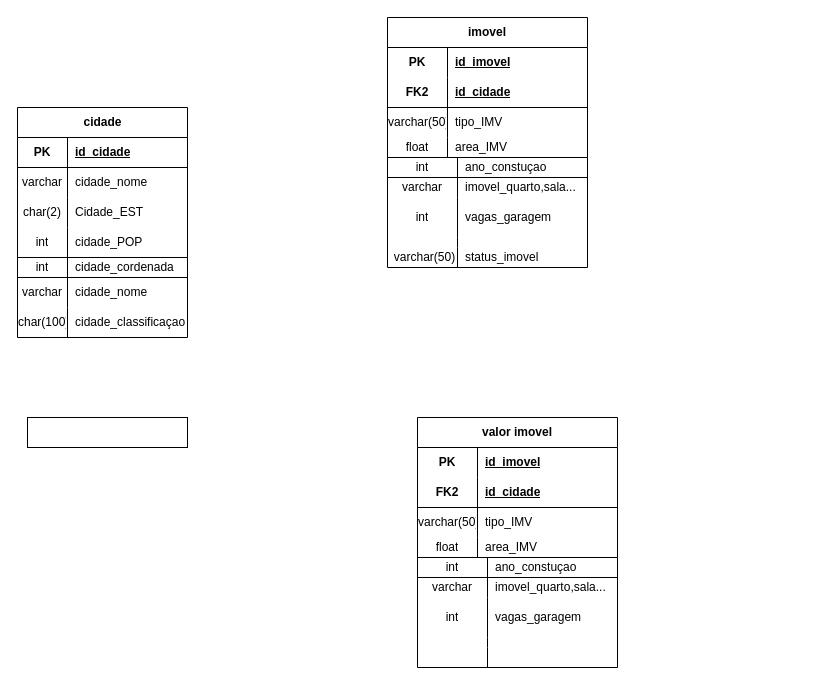
This is GroupBy.drawio from Guilherme22B/Group_by, a draw.io file, before an edit. Source tidied: cells renumbered, new cells numbered last; positions are measured from the earlier drawing's top-left corner, leaving out a move shared by most shapes. Both pictures are drawn from the tidied source at 100%, with x=0, y=0 at pixel (17, 17).
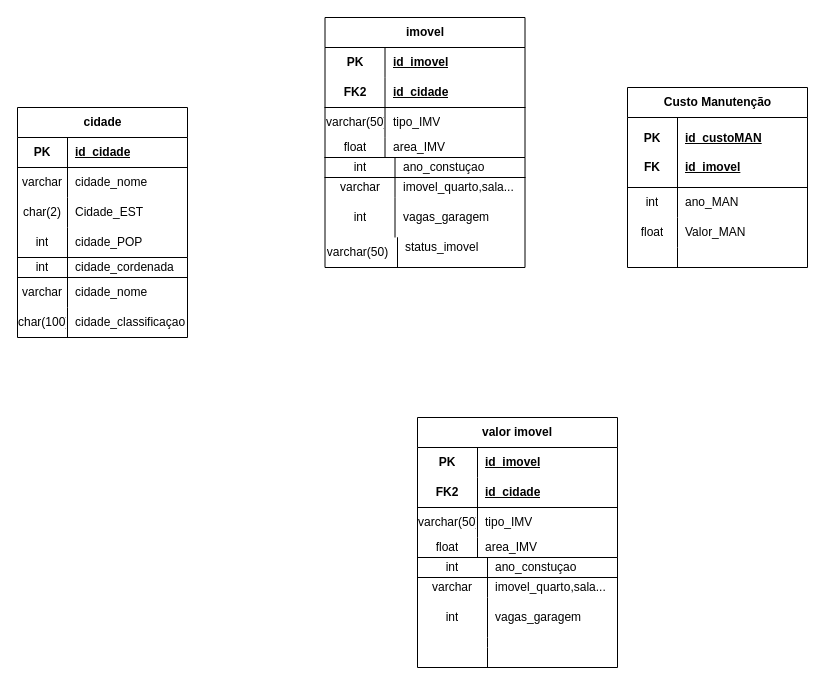
The same diagram, later.

Commit message:
FIZ TABELA CUSTO MANUTENÇÃO

Diff of the diagram source:
```diff
@@
     <mxCell id="27" value="imovel" style="shape=table;startSize=30;childLayout=tableLayout;rowLines=0;fontStyle=1;align=center;html=1;whiteSpace=wrap;" parent="1" vertex="1">
-      <mxGeometry x="370" width="200" height="140" as="geometry" />
+      <mxGeometry x="307.5" width="200" height="140" as="geometry" />
     </mxCell>
@@
     <mxCell id="40" style="shape=table;startSize=0;childLayout=tableLayout;rowLines=0;fontStyle=1;align=center;html=1;" parent="1" vertex="1">
-      <mxGeometry x="370" y="140" width="200" height="110" as="geometry" />
+      <mxGeometry x="307.5" y="140" width="200" height="110" as="geometry" />
     </mxCell>
@@
     <mxCell id="50" value="varchar(50)" style="shape=partialRectangle;fillColor=none;top=0;left=0;bottom=0;right=0;overflow=hidden;whiteSpace=wrap;html=1;direction=south;" parent="1" vertex="1">
-      <mxGeometry x="375" y="215" width="65" height="50" as="geometry" />
+      <mxGeometry x="307.5" y="210" width="65" height="50" as="geometry" />
     </mxCell>
     <mxCell id="51" value="status_imovel" style="shape=partialRectangle;fillColor=none;top=0;left=0;bottom=0;right=0;align=left;spacingLeft=6;overflow=hidden;whiteSpace=wrap;html=1;" parent="1" vertex="1">
-      <mxGeometry x="440" y="220" width="130" height="40" as="geometry" />
+      <mxGeometry x="380" y="210" width="130" height="40" as="geometry" />
     </mxCell>
     <mxCell id="52" style="endArrow=none;html=1;rounded=0;" parent="1" edge="1">
       <mxGeometry relative="1" as="geometry">
-        <mxPoint x="440" y="250" as="sourcePoint" />
-        <mxPoint x="440" y="220" as="targetPoint" />
+        <mxPoint x="380" y="250" as="sourcePoint" />
+        <mxPoint x="380" y="250" as="targetPoint" />
         <Array as="points">
-          <mxPoint x="440" y="230" />
+          <mxPoint x="380" y="230" />
+          <mxPoint x="380" y="220" />
         </Array>
       </mxGeometry>
     </mxCell>
@@
-    <mxCell id="77" style="rounded=0;whiteSpace=wrap;html=1;" parent="1" vertex="1">
-      <mxGeometry x="10" y="400" width="160" height="30" as="geometry" />
-    </mxCell>
+    <mxCell id="78" value="Custo Manutenção" style="shape=table;startSize=30;childLayout=tableLayout;rowLines=0;fontStyle=1;align=center;html=1;" parent="1" vertex="1">
+      <mxGeometry x="610" y="70" width="180" height="180" as="geometry" />
+    </mxCell>
+    <mxCell id="79" style="shape=tableRow;horizontal=0;startSize=0;swimlaneHead=0;swimlaneBody=0;fillColor=none;top=0;left=0;right=0;bottom=1;" parent="78" vertex="1">
+      <mxGeometry y="30" width="180" height="70" as="geometry" />
+    </mxCell>
+    <mxCell id="80" value="PK&lt;div&gt;&lt;br&gt;&lt;/div&gt;&lt;div&gt;FK&lt;/div&gt;" style="shape=partialRectangle;fillColor=none;top=0;left=0;bottom=0;right=0;fontStyle=1;overflow=hidden;whiteSpace=wrap;html=1;" parent="79" vertex="1">
+      <mxGeometry width="50" height="70" as="geometry" />
+    </mxCell>
+    <mxCell id="81" value="id_custoMAN&lt;div&gt;&lt;br&gt;&lt;/div&gt;&lt;div&gt;id_imovel&lt;/div&gt;" style="shape=partialRectangle;fillColor=none;top=0;left=0;bottom=0;right=0;align=left;spacingLeft=6;fontStyle=5;overflow=hidden;whiteSpace=wrap;html=1;" parent="79" vertex="1">
+      <mxGeometry x="50" width="130" height="70" as="geometry" />
+    </mxCell>
+    <mxCell id="82" style="shape=tableRow;horizontal=0;startSize=0;swimlaneHead=0;swimlaneBody=0;fillColor=none;top=0;left=0;right=0;bottom=0;" parent="78" vertex="1">
+      <mxGeometry y="100" width="180" height="30" as="geometry" />
+    </mxCell>
+    <mxCell id="83" value="int" style="shape=partialRectangle;fillColor=none;top=0;left=0;bottom=0;right=0;overflow=hidden;whiteSpace=wrap;html=1;" parent="82" vertex="1">
+      <mxGeometry width="50" height="30" as="geometry" />
+    </mxCell>
+    <mxCell id="84" value="ano_MAN" style="shape=partialRectangle;fillColor=none;top=0;left=0;bottom=0;right=0;align=left;spacingLeft=6;overflow=hidden;whiteSpace=wrap;html=1;" parent="82" vertex="1">
+      <mxGeometry x="50" width="130" height="30" as="geometry" />
+    </mxCell>
+    <mxCell id="85" style="shape=tableRow;horizontal=0;startSize=0;swimlaneHead=0;swimlaneBody=0;fillColor=none;top=0;left=0;right=0;bottom=0;" parent="78" vertex="1">
+      <mxGeometry y="130" width="180" height="30" as="geometry" />
+    </mxCell>
+    <mxCell id="86" value="float" style="shape=partialRectangle;fillColor=none;top=0;left=0;bottom=0;right=0;overflow=hidden;whiteSpace=wrap;html=1;" parent="85" vertex="1">
+      <mxGeometry width="50" height="30" as="geometry" />
+    </mxCell>
+    <mxCell id="87" value="Valor_MAN" style="shape=partialRectangle;fillColor=none;top=0;left=0;bottom=0;right=0;align=left;spacingLeft=6;overflow=hidden;whiteSpace=wrap;html=1;" parent="85" vertex="1">
+      <mxGeometry x="50" width="130" height="30" as="geometry" />
+    </mxCell>
+    <mxCell id="88" style="shape=tableRow;horizontal=0;startSize=0;swimlaneHead=0;swimlaneBody=0;fillColor=none;top=0;left=0;right=0;bottom=0;" parent="78" vertex="1">
+      <mxGeometry y="160" width="180" height="20" as="geometry" />
+    </mxCell>
+    <mxCell id="89" style="shape=partialRectangle;fillColor=none;top=0;left=0;bottom=0;right=0;overflow=hidden;whiteSpace=wrap;html=1;" parent="88" vertex="1">
+      <mxGeometry width="50" height="20" as="geometry" />
+    </mxCell>
+    <mxCell id="90" style="shape=partialRectangle;fillColor=none;top=0;left=0;bottom=0;right=0;align=left;spacingLeft=6;overflow=hidden;whiteSpace=wrap;html=1;" parent="88" vertex="1">
+      <mxGeometry x="50" width="130" height="20" as="geometry" />
+    </mxCell>
```
